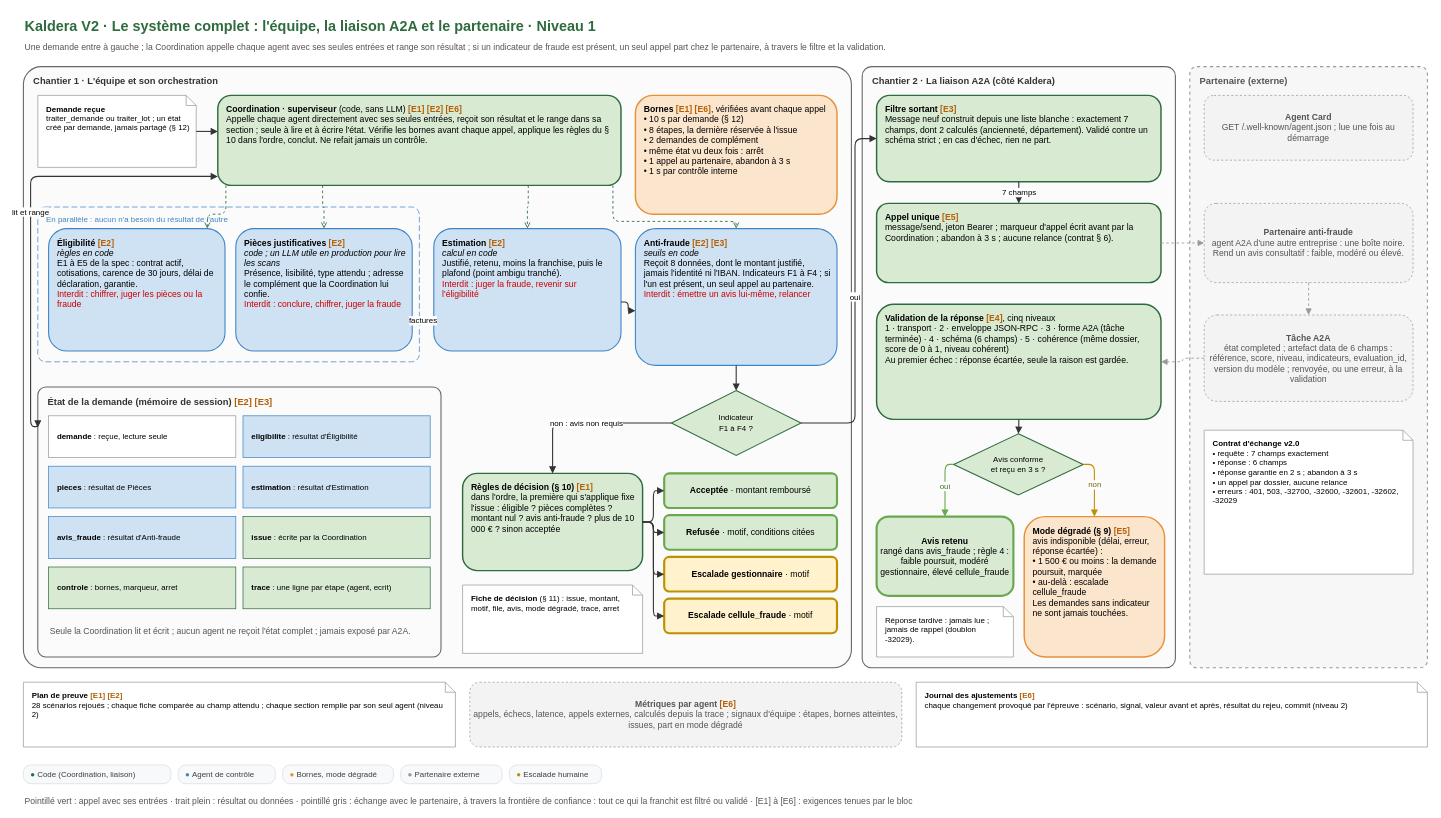
Ganda15/kaldera-bout-en-bout_v2 keeps this draw.io diagram as conception/schemas/schema-N1-systeme-complet.drawio. Above is the earlier version. Source tidied: cells renumbered, new cells numbered last; positions are measured from the earlier drawing's top-left corner, leaving out a move shared by most shapes. Both pictures are drawn from the tidied source at 72%, with x=0, y=0 at pixel (23, 12).
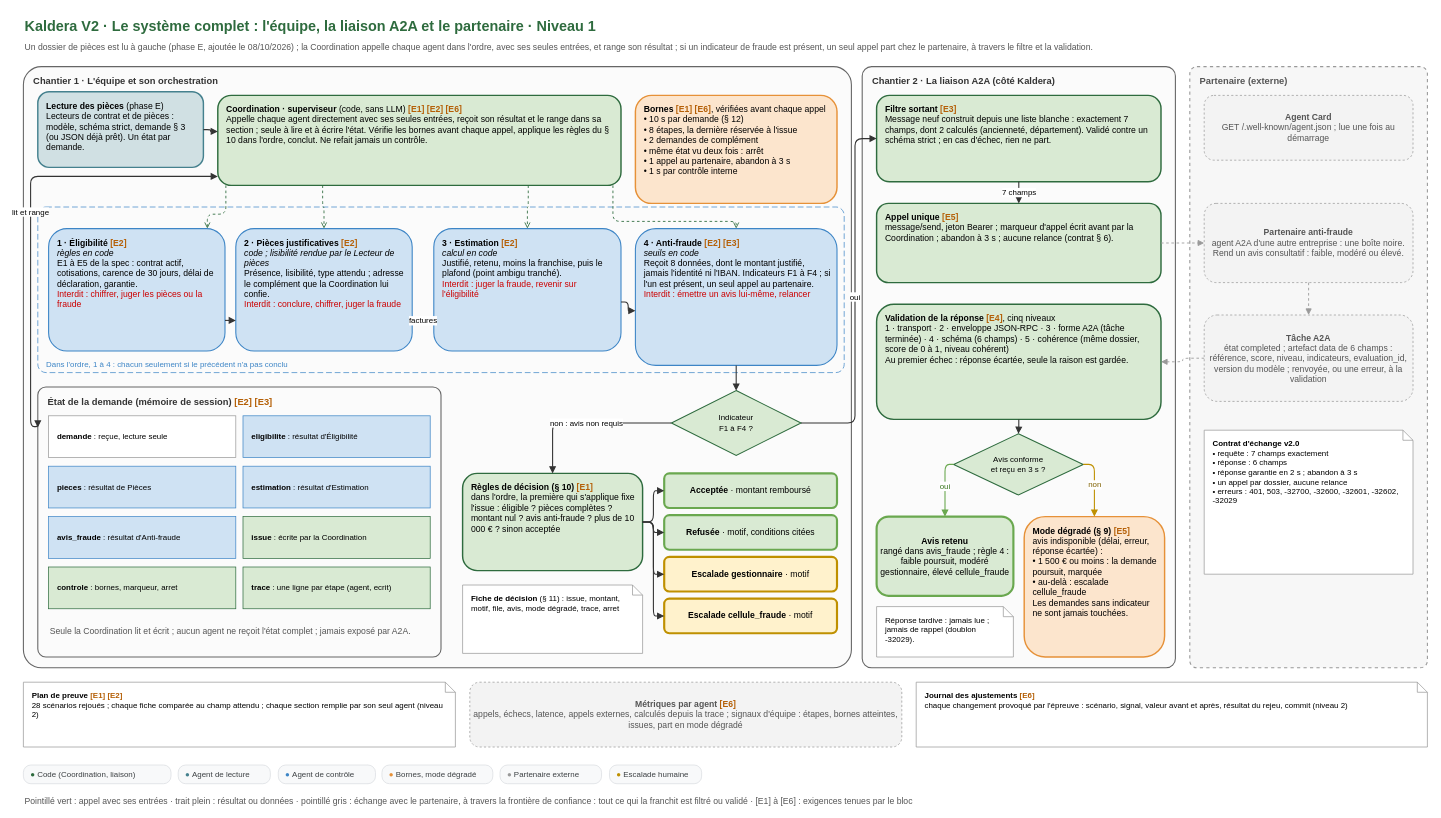
After the change.

Commit message (it also covers changes not shown here):
conception(schemas): lecture des pieces (schema E), carte des agents et N1 en sequence avec court-circuit

The edit, as a diff of the source:
```diff
@@
-    <mxCell id="3" value="Une demande entre à gauche ; la Coordination appelle chaque agent avec ses seules entrées et range son résultat ; si un indicateur de fraude est présent, un seul appel part chez le partenaire, à travers le filtre et la validation." style="text;html=1;fontFamily=Arial;fontSize=12;fontColor=#555555;align=left;verticalAlign=top;whiteSpace=wrap;" parent="1" vertex="1">
+    <mxCell id="3" value="Un dossier de pièces est lu à gauche (phase E, ajoutée le 08/10/2026) ; la Coordination appelle chaque agent dans l'ordre, avec ses seules entrées, et range son résultat ; si un indicateur de fraude est présent, un seul appel part chez le partenaire, à travers le filtre et la validation." style="text;html=1;fontFamily=Arial;fontSize=12;fontColor=#555555;align=left;verticalAlign=top;whiteSpace=wrap;" parent="1" vertex="1">
       <mxGeometry y="34" width="1900" height="22" as="geometry" />
     </mxCell>
@@
-    <mxCell id="7" value="&lt;b&gt;Demande reçue&lt;/b&gt;&lt;br&gt;traiter_demande ou traiter_lot ; un état créé par demande, jamais partagé (§ 12)" style="whiteSpace=wrap;html=1;fontFamily=Arial;fontSize=12;align=left;spacingLeft=10;spacingRight=8;verticalAlign=top;spacingTop=6;shape=note;size=14;fillColor=#ffffff;strokeColor=#999999;fontSize=11;" parent="1" vertex="1">
-      <mxGeometry x="20" y="115" width="220" height="100" as="geometry" />
+    <mxCell id="7" value="&lt;b&gt;Lecture des pièces&lt;/b&gt; (phase E)&lt;br&gt;Lecteurs de contrat et de pièces : modèle, schéma strict, demande § 3 (ou JSON déjà prêt). Un état par demande." style="whiteSpace=wrap;html=1;fontFamily=Arial;fontSize=12;align=left;spacingLeft=10;spacingRight=8;verticalAlign=top;spacingTop=6;rounded=1;fillColor=#d0e0e3;strokeColor=#45818e;strokeWidth=2;" parent="1" vertex="1">
+      <mxGeometry x="20" y="110" width="230" height="105" as="geometry" />
     </mxCell>
@@
     <mxCell id="9" value="&lt;b&gt;Bornes&lt;/b&gt; &lt;font color=&quot;#b45f06&quot;&gt;&lt;b&gt;[E1] [E6]&lt;/b&gt;&lt;/font&gt;, vérifiées avant chaque appel&lt;br&gt;• 10 s par demande (§ 12)&lt;br&gt;• 8 étapes, la dernière réservée à l'issue&lt;br&gt;• 2 demandes de complément&lt;br&gt;• même état vu deux fois : arrêt&lt;br&gt;• 1 appel au partenaire, abandon à 3 s&lt;br&gt;• 1 s par contrôle interne" style="whiteSpace=wrap;html=1;fontFamily=Arial;fontSize=12;align=left;spacingLeft=10;spacingRight=8;verticalAlign=top;spacingTop=6;rounded=1;fillColor=#fce5cd;strokeColor=#e69138;strokeWidth=2;" parent="1" vertex="1">
-      <mxGeometry x="850" y="115" width="280" height="165" as="geometry" />
+      <mxGeometry x="850" y="115" width="280" height="150" as="geometry" />
     </mxCell>
-    <mxCell id="10" value="En parallèle : aucun n'a besoin du résultat de l'autre" style="rounded=1;arcSize=5;whiteSpace=wrap;html=1;fillColor=none;strokeColor=#3d85c6;dashed=1;dashPattern=8 4;verticalAlign=top;align=left;spacingLeft=10;spacingTop=4;fontFamily=Arial;fontSize=11;fontColor=#3d85c6;" parent="1" vertex="1">
-      <mxGeometry x="20" y="270" width="530" height="215" as="geometry" />
+    <mxCell id="10" value="Dans l'ordre, 1 à 4 : chacun seulement si le précédent n'a pas conclu" style="rounded=1;arcSize=5;whiteSpace=wrap;html=1;fillColor=none;strokeColor=#3d85c6;dashed=1;dashPattern=8 4;verticalAlign=top;align=left;spacingLeft=10;spacingTop=4;fontFamily=Arial;fontSize=11;fontColor=#3d85c6;verticalAlign=bottom;spacingBottom=2;" parent="1" vertex="1">
+      <mxGeometry x="20" y="270" width="1120" height="230" as="geometry" />
     </mxCell>
-    <mxCell id="11" value="&lt;b&gt;Éligibilité&lt;/b&gt; &lt;font color=&quot;#b45f06&quot;&gt;&lt;b&gt;[E2]&lt;/b&gt;&lt;/font&gt;&lt;br&gt;&lt;i&gt;règles en code&lt;/i&gt;&lt;br&gt;E1 à E5 de la spec : contrat actif, cotisations, carence de 30 jours, délai de déclaration, garantie.&lt;br&gt;&lt;font color=&quot;#cc0000&quot;&gt;Interdit : chiffrer, juger les pièces ou la fraude&lt;/font&gt;" style="whiteSpace=wrap;html=1;fontFamily=Arial;fontSize=12;align=left;spacingLeft=10;spacingRight=8;verticalAlign=top;spacingTop=6;rounded=1;fillColor=#cfe2f3;strokeColor=#3d85c6;strokeWidth=1.5;" parent="1" vertex="1">
+    <mxCell id="11" value="&lt;b&gt;1 · Éligibilité&lt;/b&gt; &lt;font color=&quot;#b45f06&quot;&gt;&lt;b&gt;[E2]&lt;/b&gt;&lt;/font&gt;&lt;br&gt;&lt;i&gt;règles en code&lt;/i&gt;&lt;br&gt;E1 à E5 de la spec : contrat actif, cotisations, carence de 30 jours, délai de déclaration, garantie.&lt;br&gt;&lt;font color=&quot;#cc0000&quot;&gt;Interdit : chiffrer, juger les pièces ou la fraude&lt;/font&gt;" style="whiteSpace=wrap;html=1;fontFamily=Arial;fontSize=12;align=left;spacingLeft=10;spacingRight=8;verticalAlign=top;spacingTop=6;rounded=1;fillColor=#cfe2f3;strokeColor=#3d85c6;strokeWidth=1.5;" parent="1" vertex="1">
       <mxGeometry x="35" y="300" width="245" height="170" as="geometry" />
     </mxCell>
-    <mxCell id="12" value="&lt;b&gt;Pièces justificatives&lt;/b&gt; &lt;font color=&quot;#b45f06&quot;&gt;&lt;b&gt;[E2]&lt;/b&gt;&lt;/font&gt;&lt;br&gt;&lt;i&gt;code ; un LLM utile en production pour lire les scans&lt;/i&gt;&lt;br&gt;Présence, lisibilité, type attendu ; adresse le complément que la Coordination lui confie.&lt;br&gt;&lt;font color=&quot;#cc0000&quot;&gt;Interdit : conclure, chiffrer, juger la fraude&lt;/font&gt;" style="whiteSpace=wrap;html=1;fontFamily=Arial;fontSize=12;align=left;spacingLeft=10;spacingRight=8;verticalAlign=top;spacingTop=6;rounded=1;fillColor=#cfe2f3;strokeColor=#3d85c6;strokeWidth=1.5;" parent="1" vertex="1">
+    <mxCell id="12" value="&lt;b&gt;2 · Pièces justificatives&lt;/b&gt; &lt;font color=&quot;#b45f06&quot;&gt;&lt;b&gt;[E2]&lt;/b&gt;&lt;/font&gt;&lt;br&gt;&lt;i&gt;code ; lisibilité rendue par le Lecteur de pièces&lt;/i&gt;&lt;br&gt;Présence, lisibilité, type attendu ; adresse le complément que la Coordination lui confie.&lt;br&gt;&lt;font color=&quot;#cc0000&quot;&gt;Interdit : conclure, chiffrer, juger la fraude&lt;/font&gt;" style="whiteSpace=wrap;html=1;fontFamily=Arial;fontSize=12;align=left;spacingLeft=10;spacingRight=8;verticalAlign=top;spacingTop=6;rounded=1;fillColor=#cfe2f3;strokeColor=#3d85c6;strokeWidth=1.5;" parent="1" vertex="1">
       <mxGeometry x="295" y="300" width="245" height="170" as="geometry" />
     </mxCell>
-    <mxCell id="13" value="&lt;b&gt;Estimation&lt;/b&gt; &lt;font color=&quot;#b45f06&quot;&gt;&lt;b&gt;[E2]&lt;/b&gt;&lt;/font&gt;&lt;br&gt;&lt;i&gt;calcul en code&lt;/i&gt;&lt;br&gt;Justifié, retenu, moins la franchise, puis le plafond (point ambigu tranché).&lt;br&gt;&lt;font color=&quot;#cc0000&quot;&gt;Interdit : juger la fraude, revenir sur l'éligibilité&lt;/font&gt;" style="whiteSpace=wrap;html=1;fontFamily=Arial;fontSize=12;align=left;spacingLeft=10;spacingRight=8;verticalAlign=top;spacingTop=6;rounded=1;fillColor=#cfe2f3;strokeColor=#3d85c6;strokeWidth=1.5;" parent="1" vertex="1">
+    <mxCell id="13" value="&lt;b&gt;3 · Estimation&lt;/b&gt; &lt;font color=&quot;#b45f06&quot;&gt;&lt;b&gt;[E2]&lt;/b&gt;&lt;/font&gt;&lt;br&gt;&lt;i&gt;calcul en code&lt;/i&gt;&lt;br&gt;Justifié, retenu, moins la franchise, puis le plafond (point ambigu tranché).&lt;br&gt;&lt;font color=&quot;#cc0000&quot;&gt;Interdit : juger la fraude, revenir sur l'éligibilité&lt;/font&gt;" style="whiteSpace=wrap;html=1;fontFamily=Arial;fontSize=12;align=left;spacingLeft=10;spacingRight=8;verticalAlign=top;spacingTop=6;rounded=1;fillColor=#cfe2f3;strokeColor=#3d85c6;strokeWidth=1.5;" parent="1" vertex="1">
       <mxGeometry x="570" y="300" width="260" height="170" as="geometry" />
     </mxCell>
-    <mxCell id="14" value="&lt;b&gt;Anti-fraude&lt;/b&gt; &lt;font color=&quot;#b45f06&quot;&gt;&lt;b&gt;[E2] [E3]&lt;/b&gt;&lt;/font&gt;&lt;br&gt;&lt;i&gt;seuils en code&lt;/i&gt;&lt;br&gt;Reçoit 8 données, dont le montant justifié, jamais l'identité ni l'IBAN. Indicateurs F1 à F4 ; si l'un est présent, un seul appel au partenaire.&lt;br&gt;&lt;font color=&quot;#cc0000&quot;&gt;Interdit : émettre un avis lui-même, relancer&lt;/font&gt;" style="whiteSpace=wrap;html=1;fontFamily=Arial;fontSize=12;align=left;spacingLeft=10;spacingRight=8;verticalAlign=top;spacingTop=6;rounded=1;fillColor=#cfe2f3;strokeColor=#3d85c6;strokeWidth=1.5;" parent="1" vertex="1">
+    <mxCell id="14" value="&lt;b&gt;4 · Anti-fraude&lt;/b&gt; &lt;font color=&quot;#b45f06&quot;&gt;&lt;b&gt;[E2] [E3]&lt;/b&gt;&lt;/font&gt;&lt;br&gt;&lt;i&gt;seuils en code&lt;/i&gt;&lt;br&gt;Reçoit 8 données, dont le montant justifié, jamais l'identité ni l'IBAN. Indicateurs F1 à F4 ; si l'un est présent, un seul appel au partenaire.&lt;br&gt;&lt;font color=&quot;#cc0000&quot;&gt;Interdit : émettre un avis lui-même, relancer&lt;/font&gt;" style="whiteSpace=wrap;html=1;fontFamily=Arial;fontSize=12;align=left;spacingLeft=10;spacingRight=8;verticalAlign=top;spacingTop=6;rounded=1;fillColor=#cfe2f3;strokeColor=#3d85c6;strokeWidth=1.5;" parent="1" vertex="1">
       <mxGeometry x="850" y="300" width="280" height="190" as="geometry" />
     </mxCell>
@@
+    <mxCell id="74" style="edgeStyle=orthogonalEdgeStyle;rounded=1;html=1;fontFamily=Arial;fontSize=11;labelBackgroundColor=#ffffff;endArrow=block;endFill=1;strokeColor=#333333;strokeWidth=1.5;exitX=1;exitY=0.75;exitDx=0;exitDy=0;entryX=0;entryY=0.75;entryDx=0;entryDy=0;" parent="1" edge="1" source="11" target="12">
+      <mxGeometry relative="1" as="geometry" />
+    </mxCell>
@@
-    <mxCell id="69" value="&lt;font color=&quot;#3d85c6&quot;&gt;&amp;#9679;&lt;/font&gt;&amp;nbsp;Agent de contrôle" style="rounded=1;whiteSpace=nowrap;html=1;fillColor=#f8f9fa;strokeColor=#dadce0;fontSize=11;fontColor=#3c4043;align=left;spacingLeft=8;verticalAlign=middle;arcSize=40;" parent="1" vertex="1">
-      <mxGeometry x="215" y="1045" width="135" height="26" as="geometry" />
+    <mxCell id="69" value="&lt;font color=&quot;#45818e&quot;&gt;&amp;#9679;&lt;/font&gt;&amp;nbsp;Agent de lecture" style="rounded=1;whiteSpace=nowrap;html=1;fillColor=#f8f9fa;strokeColor=#dadce0;fontSize=11;fontColor=#3c4043;align=left;spacingLeft=8;verticalAlign=middle;arcSize=40;" parent="1" vertex="1">
+      <mxGeometry x="215" y="1045" width="128" height="26" as="geometry" />
     </mxCell>
-    <mxCell id="70" value="&lt;font color=&quot;#e69138&quot;&gt;&amp;#9679;&lt;/font&gt;&amp;nbsp;Bornes, mode dégradé" style="rounded=1;whiteSpace=nowrap;html=1;fillColor=#f8f9fa;strokeColor=#dadce0;fontSize=11;fontColor=#3c4043;align=left;spacingLeft=8;verticalAlign=middle;arcSize=40;" parent="1" vertex="1">
-      <mxGeometry x="360" y="1045" width="154" height="26" as="geometry" />
+    <mxCell id="70" value="&lt;font color=&quot;#3d85c6&quot;&gt;&amp;#9679;&lt;/font&gt;&amp;nbsp;Agent de contrôle" style="rounded=1;whiteSpace=nowrap;html=1;fillColor=#f8f9fa;strokeColor=#dadce0;fontSize=11;fontColor=#3c4043;align=left;spacingLeft=8;verticalAlign=middle;arcSize=40;" parent="1" vertex="1">
+      <mxGeometry x="354" y="1045" width="135" height="26" as="geometry" />
     </mxCell>
-    <mxCell id="71" value="&lt;font color=&quot;#999999&quot;&gt;&amp;#9679;&lt;/font&gt;&amp;nbsp;Partenaire externe" style="rounded=1;whiteSpace=nowrap;html=1;fillColor=#f8f9fa;strokeColor=#dadce0;fontSize=11;fontColor=#3c4043;align=left;spacingLeft=8;verticalAlign=middle;arcSize=40;" parent="1" vertex="1">
-      <mxGeometry x="524" y="1045" width="141" height="26" as="geometry" />
+    <mxCell id="71" value="&lt;font color=&quot;#e69138&quot;&gt;&amp;#9679;&lt;/font&gt;&amp;nbsp;Bornes, mode dégradé" style="rounded=1;whiteSpace=nowrap;html=1;fillColor=#f8f9fa;strokeColor=#dadce0;fontSize=11;fontColor=#3c4043;align=left;spacingLeft=8;verticalAlign=middle;arcSize=40;" parent="1" vertex="1">
+      <mxGeometry x="498" y="1045" width="154" height="26" as="geometry" />
     </mxCell>
-    <mxCell id="72" value="&lt;font color=&quot;#bf9000&quot;&gt;&amp;#9679;&lt;/font&gt;&amp;nbsp;Escalade humaine" style="rounded=1;whiteSpace=nowrap;html=1;fillColor=#f8f9fa;strokeColor=#dadce0;fontSize=11;fontColor=#3c4043;align=left;spacingLeft=8;verticalAlign=middle;arcSize=40;" parent="1" vertex="1">
-      <mxGeometry x="675" y="1045" width="128" height="26" as="geometry" />
+    <mxCell id="72" value="&lt;font color=&quot;#999999&quot;&gt;&amp;#9679;&lt;/font&gt;&amp;nbsp;Partenaire externe" style="rounded=1;whiteSpace=nowrap;html=1;fillColor=#f8f9fa;strokeColor=#dadce0;fontSize=11;fontColor=#3c4043;align=left;spacingLeft=8;verticalAlign=middle;arcSize=40;" parent="1" vertex="1">
+      <mxGeometry x="662" y="1045" width="141" height="26" as="geometry" />
     </mxCell>
+    <mxCell id="75" value="&lt;font color=&quot;#bf9000&quot;&gt;&amp;#9679;&lt;/font&gt;&amp;nbsp;Escalade humaine" style="rounded=1;whiteSpace=nowrap;html=1;fillColor=#f8f9fa;strokeColor=#dadce0;fontSize=11;fontColor=#3c4043;align=left;spacingLeft=8;verticalAlign=middle;arcSize=40;" parent="1" vertex="1">
+      <mxGeometry x="814" y="1045" width="128" height="26" as="geometry" />
+    </mxCell>
```
